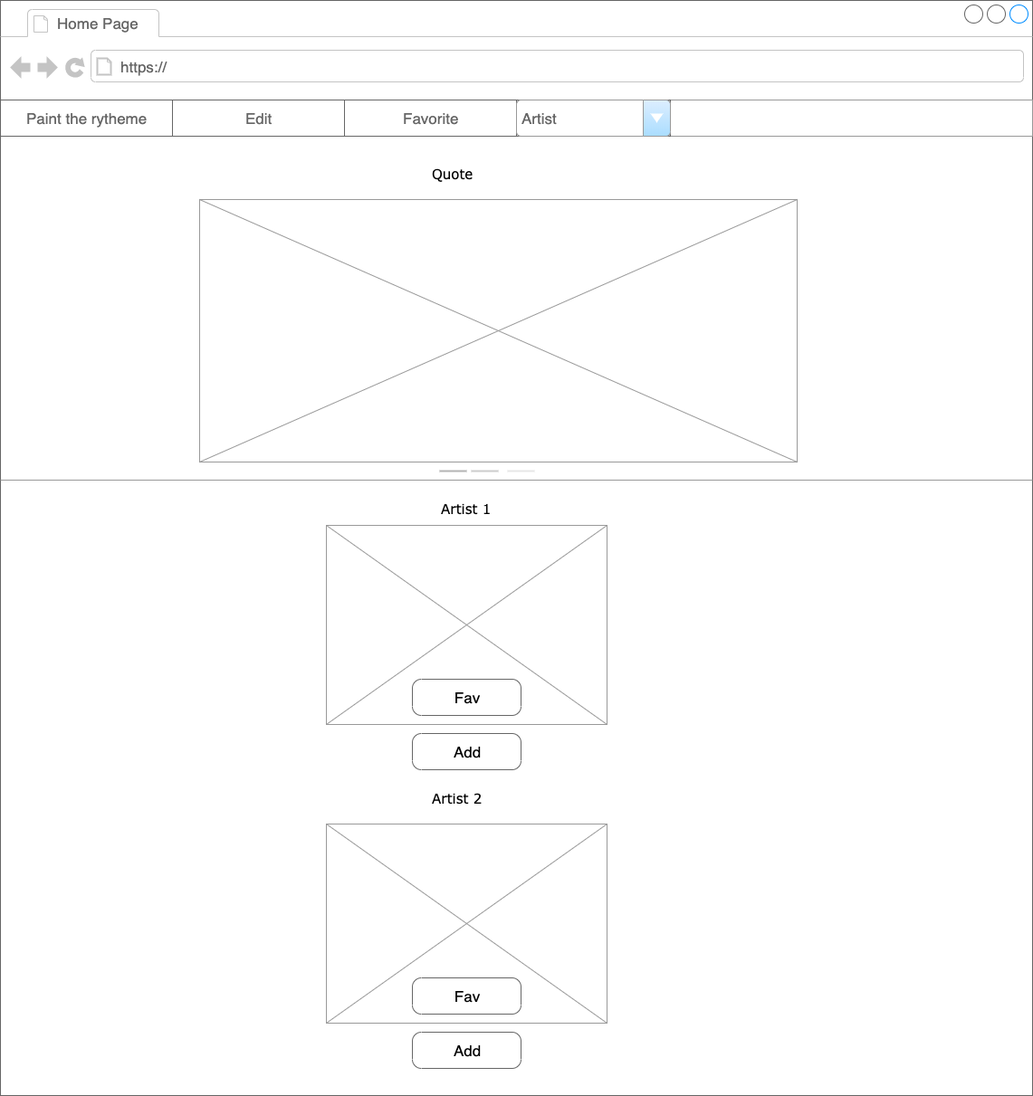
Earlier version of the draw.io export HomePage.png (Muneerabinhotan/Paint-The-Rytheme). Source tidied: cells renumbered, new cells last; positions are measured from the earlier drawing's top-left corner, leaving out a move shared by most shapes.
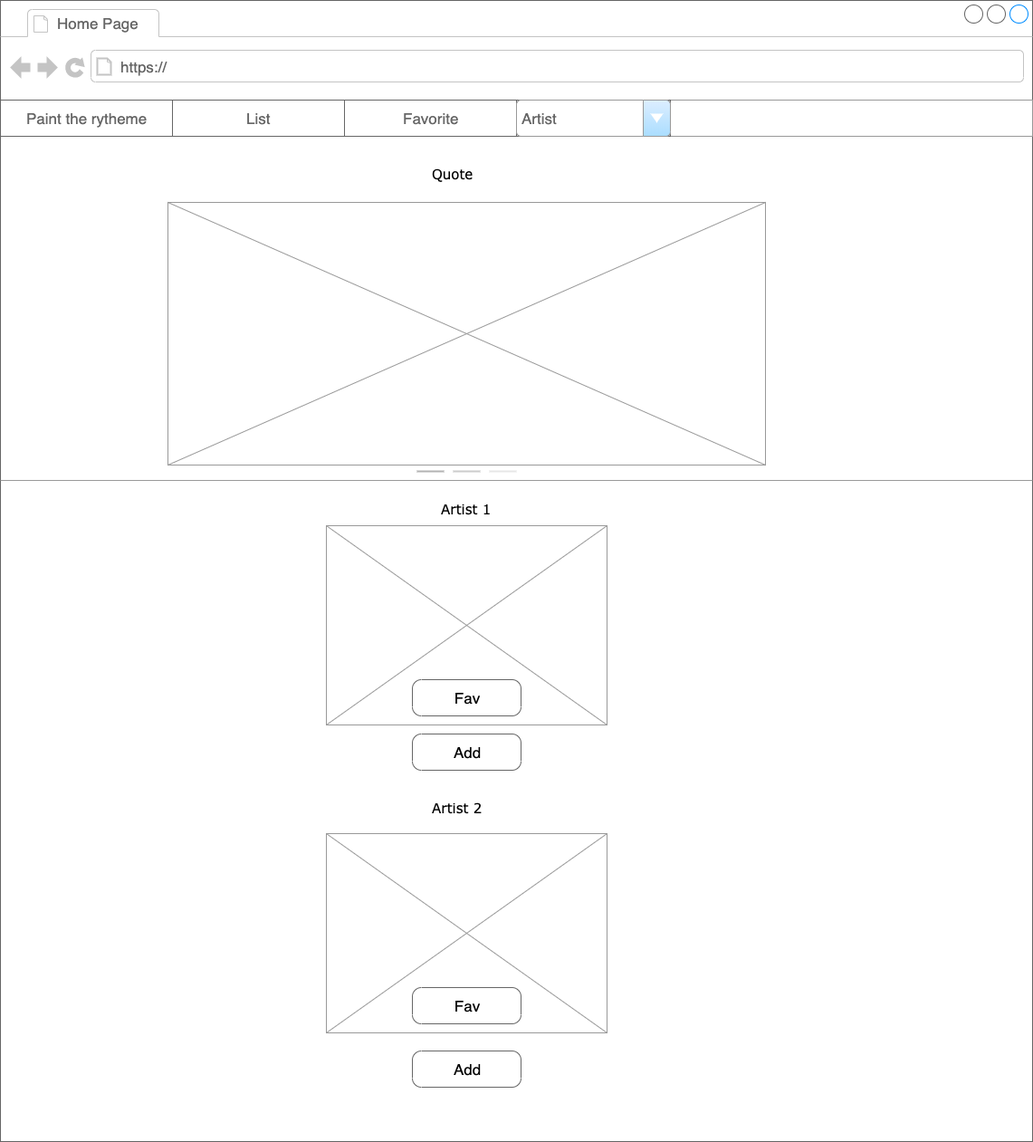
Above is the later version.

Change to the diagram source:
```diff
@@ -3,7 +3,7 @@
     <mxCell id="0" />
     <mxCell id="1" parent="0" />
     <mxCell id="2" style="strokeWidth=1;shadow=0;dashed=0;align=center;html=1;shape=mxgraph.mockup.containers.browserWindow;rSize=0;strokeColor=#666666;mainText=,;rounded=0;labelBackgroundColor=none;fontFamily=Verdana;fontSize=12;" parent="1" vertex="1">
-      <mxGeometry width="1140" height="1210" as="geometry" />
+      <mxGeometry width="1140" height="1260" as="geometry" />
     </mxCell>
     <mxCell id="3" value="Home Page" style="strokeWidth=1;shadow=0;dashed=0;align=center;html=1;shape=mxgraph.mockup.containers.anchor;fontSize=17;fontColor=#666666;align=left;" parent="2" vertex="1">
       <mxGeometry x="60" y="12" width="110" height="26" as="geometry" />
@@ -18,7 +18,7 @@
       <mxGeometry y="520" width="1140" height="20" as="geometry" />
     </mxCell>
     <mxCell id="7" style="verticalLabelPosition=bottom;shadow=0;dashed=0;align=center;html=1;verticalAlign=top;strokeWidth=1;shape=mxgraph.mockup.graphics.simpleIcon;strokeColor=#999999;fillColor=#ffffff;rounded=0;labelBackgroundColor=none;fontFamily=Verdana;fontSize=12;fontColor=#000000;" parent="2" vertex="1">
-      <mxGeometry x="220" y="220" width="660" height="290" as="geometry" />
+      <mxGeometry x="185" y="223" width="660" height="290" as="geometry" />
     </mxCell>
     <mxCell id="8" style="strokeWidth=1;shadow=0;dashed=0;align=center;html=1;shape=mxgraph.mockup.forms.rrect;rSize=0;strokeColor=#999999;fillColor=#ffffff;" parent="2" vertex="1">
       <mxGeometry y="110" width="1140" height="40" as="geometry" />
@@ -26,7 +26,7 @@
     <mxCell id="9" value="Paint the rytheme" style="strokeColor=inherit;fillColor=inherit;gradientColor=inherit;strokeWidth=1;shadow=0;dashed=0;align=center;html=1;shape=mxgraph.mockup.forms.rrect;rSize=0;fontSize=17;fontColor=#666666;" parent="2" vertex="1">
       <mxGeometry y="110" width="190" height="40" as="geometry" />
     </mxCell>
-    <mxCell id="10" value="Edit" style="strokeColor=inherit;fillColor=inherit;gradientColor=inherit;strokeWidth=1;shadow=0;dashed=0;align=center;html=1;shape=mxgraph.mockup.forms.rrect;rSize=0;fontSize=17;fontColor=#666666;" parent="2" vertex="1">
+    <mxCell id="10" value="List" style="strokeColor=inherit;fillColor=inherit;gradientColor=inherit;strokeWidth=1;shadow=0;dashed=0;align=center;html=1;shape=mxgraph.mockup.forms.rrect;rSize=0;fontSize=17;fontColor=#666666;" parent="2" vertex="1">
       <mxGeometry x="190" y="110" width="190" height="40" as="geometry" />
     </mxCell>
     <mxCell id="11" value="Favorite" style="strokeColor=inherit;fillColor=inherit;gradientColor=inherit;strokeWidth=1;shadow=0;dashed=0;align=center;html=1;shape=mxgraph.mockup.forms.rrect;rSize=0;fontSize=17;fontColor=#666666;" parent="2" vertex="1">
@@ -51,25 +51,25 @@
       <mxGeometry x="455" y="810" width="120" height="40" as="geometry" />
     </mxCell>
     <mxCell id="18" value="Artist 2&lt;br&gt;" style="text;html=1;align=left;verticalAlign=top;spacingTop=-4;fontSize=15;fontFamily=Verdana;" parent="2" vertex="1">
-      <mxGeometry x="475" y="870" width="170" height="30" as="geometry" />
+      <mxGeometry x="475" y="880" width="170" height="30" as="geometry" />
     </mxCell>
     <mxCell id="19" style="verticalLabelPosition=bottom;shadow=0;dashed=0;align=center;html=1;verticalAlign=top;strokeWidth=1;shape=mxgraph.mockup.graphics.simpleIcon;strokeColor=#999999;fillColor=#ffffff;rounded=0;labelBackgroundColor=none;fontFamily=Verdana;fontSize=12;fontColor=#000000;" parent="2" vertex="1">
-      <mxGeometry x="360" y="910" width="310" height="220" as="geometry" />
+      <mxGeometry x="360" y="920" width="310" height="220" as="geometry" />
     </mxCell>
     <mxCell id="20" value="Add" style="strokeWidth=1;shadow=0;dashed=0;align=center;html=1;shape=mxgraph.mockup.buttons.button;strokeColor=#666666;mainText=;buttonStyle=round;fontSize=17;fontStyle=0;fillColor=none;whiteSpace=wrap;rounded=0;labelBackgroundColor=none;" parent="2" vertex="1">
-      <mxGeometry x="455" y="1140" width="120" height="40" as="geometry" />
+      <mxGeometry x="455" y="1160" width="120" height="40" as="geometry" />
     </mxCell>
     <mxCell id="21" value="Fav" style="strokeWidth=1;shadow=0;dashed=0;align=center;html=1;shape=mxgraph.mockup.buttons.button;strokeColor=#666666;mainText=;buttonStyle=round;fontSize=17;fontStyle=0;fillColor=none;whiteSpace=wrap;rounded=0;labelBackgroundColor=none;" parent="2" vertex="1">
-      <mxGeometry x="455" y="1080" width="120" height="40" as="geometry" />
+      <mxGeometry x="455" y="1090" width="120" height="40" as="geometry" />
     </mxCell>
     <mxCell id="22" style="line;strokeWidth=2;html=1;fillColor=#E6E6E6;strokeColor=#B3B3B3;" parent="2" vertex="1">
-      <mxGeometry x="485" y="515" width="30" height="10" as="geometry" />
+      <mxGeometry x="460" y="515" width="30" height="10" as="geometry" />
     </mxCell>
     <mxCell id="23" style="line;strokeWidth=2;html=1;strokeColor=#CCCCCC;" parent="2" vertex="1">
-      <mxGeometry x="520" y="515" width="30" height="10" as="geometry" />
+      <mxGeometry x="500" y="515" width="30" height="10" as="geometry" />
     </mxCell>
     <mxCell id="24" style="line;strokeWidth=2;html=1;strokeColor=#E6E6E6;" parent="2" vertex="1">
-      <mxGeometry x="560" y="515" width="30" height="10" as="geometry" />
+      <mxGeometry x="540" y="515" width="30" height="10" as="geometry" />
     </mxCell>
   </root>
 </mxGraphModel>
```
